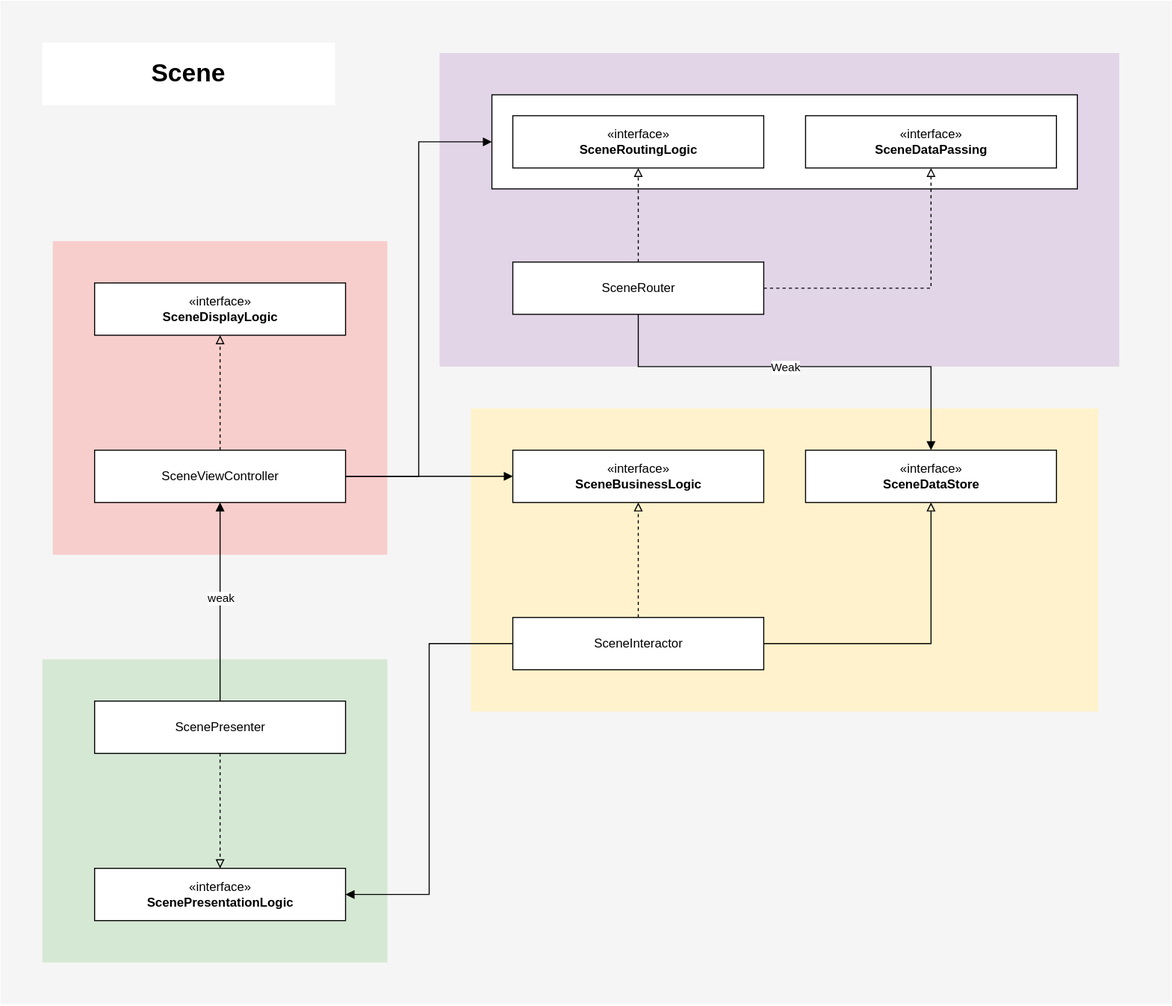
This is karrot_clone_architecture.svg from statios/diagrams, a draw.io export, as it was before one commit. Source tidied: cells renumbered, new cells last; positions are measured from the earlier drawing's top-left corner, leaving out a move shared by most shapes.
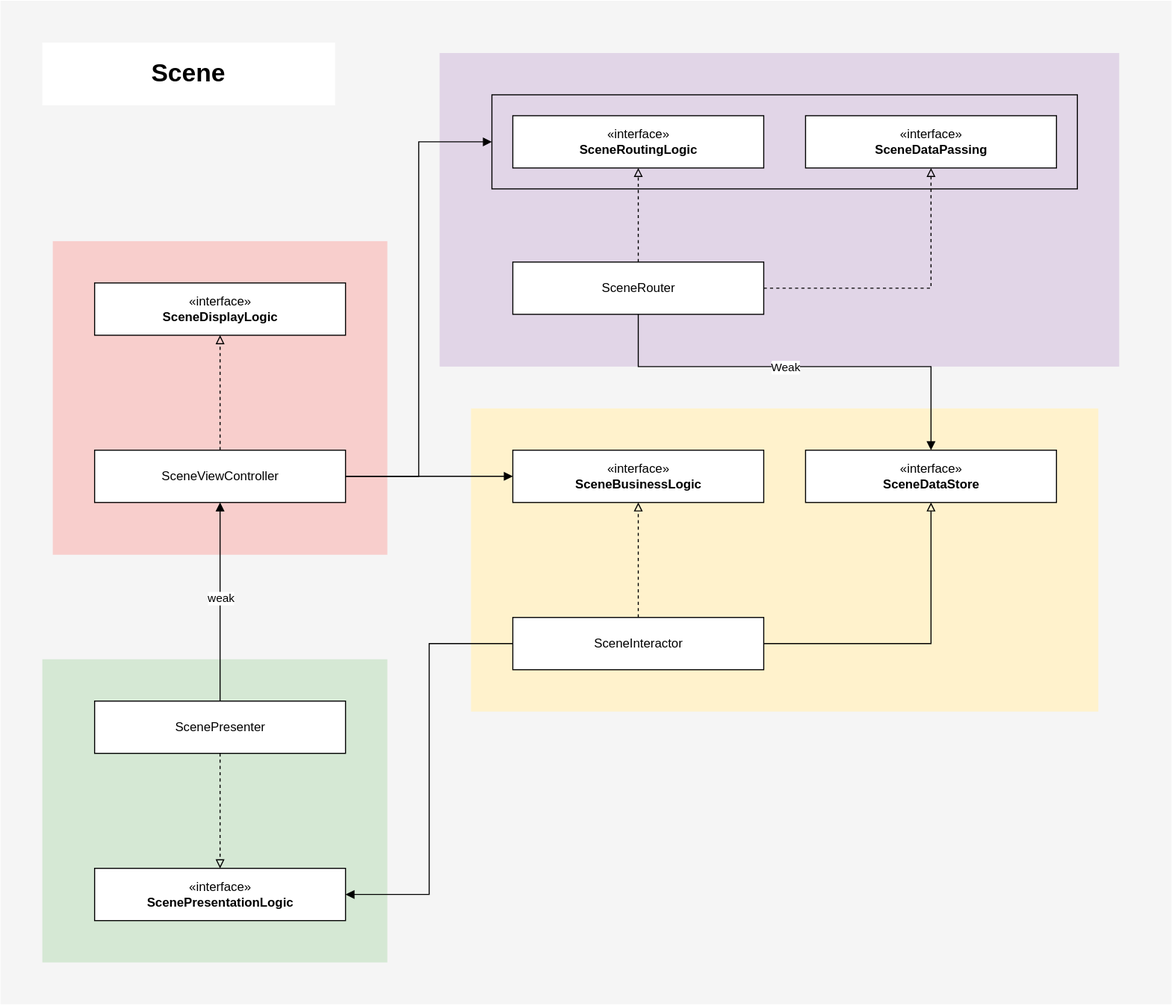
Later version of the same file.

Change to the diagram source:
```diff
@@ -17,7 +17,7 @@
     <mxCell id="6" style="rounded=0;whiteSpace=wrap;html=1;fillColor=#f8cecc;strokeColor=none;" parent="1" vertex="1">
       <mxGeometry x="50" y="230" width="320" height="300" as="geometry" />
     </mxCell>
-    <mxCell id="7" style="rounded=0;whiteSpace=wrap;html=1;" parent="1" vertex="1">
+    <mxCell id="7" style="rounded=0;whiteSpace=wrap;html=1;fillColor=none;" parent="1" vertex="1">
       <mxGeometry x="470" y="90" width="560" height="90" as="geometry" />
     </mxCell>
     <mxCell id="8" value="«interface»&lt;br&gt;&lt;b&gt;SceneDisplayLogic&lt;/b&gt;" style="html=1;" parent="1" vertex="1">
```
